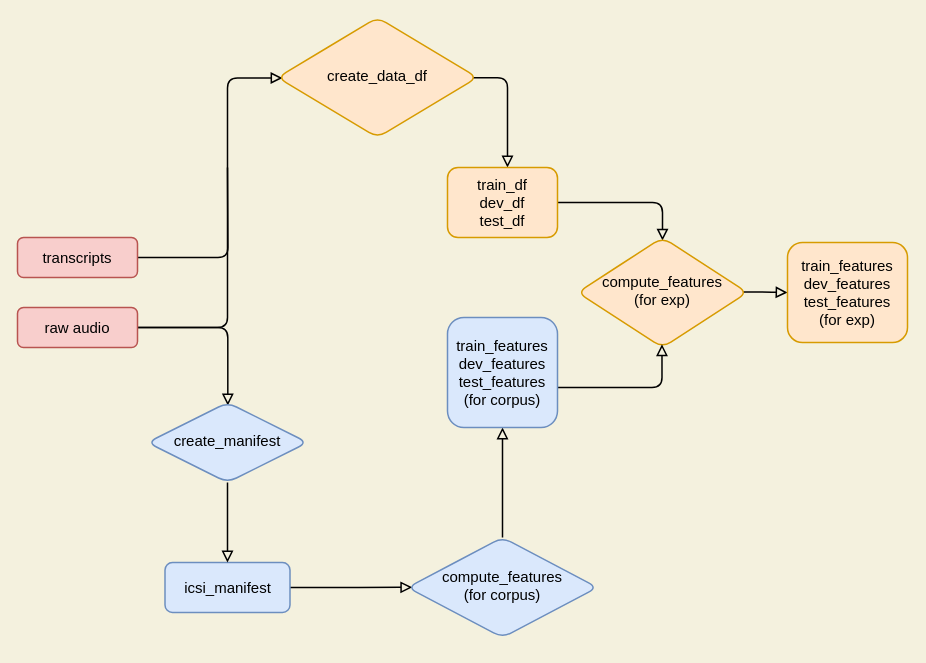
LasseWolter/honours-project-21-22 keeps this draw.io diagram as Thesis/imgs/Pipeline.drawio. Above is the earlier version. Source tidied: cells renumbered, new cells numbered last; positions are measured from the earlier drawing's top-left corner, leaving out a move shared by most shapes. Both pictures are drawn from the tidied source at 100%, with x=0, y=0 at pixel (17, 17).
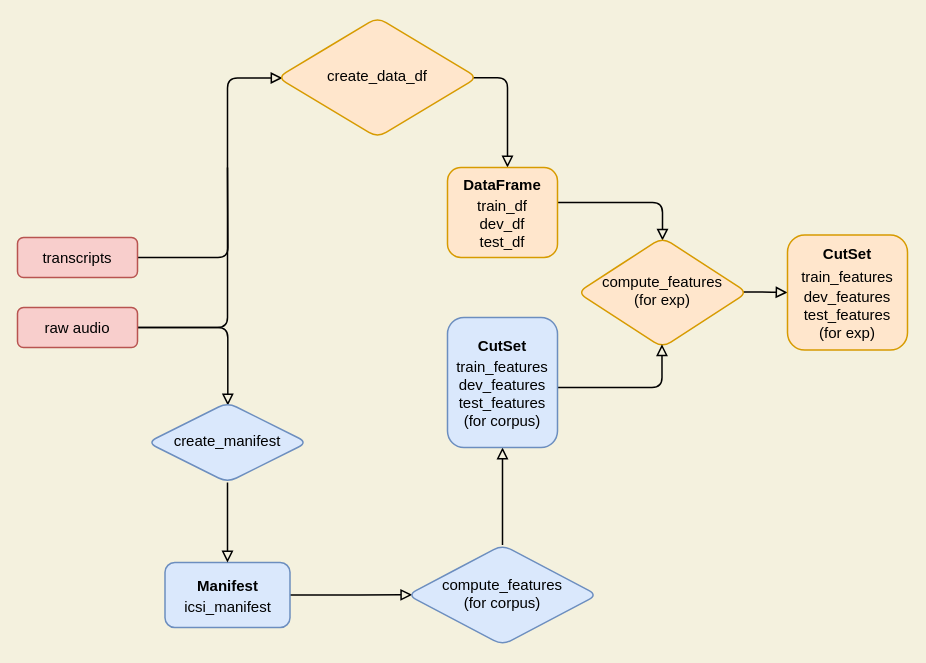
After the change.

The edit, as a diff of the source:
```diff
@@
-    <mxCell id="8" value="&lt;div style=&quot;font-size: 15px;&quot;&gt;train_df&lt;/div&gt;&lt;div style=&quot;font-size: 15px;&quot;&gt;dev_df&lt;/div&gt;&lt;div style=&quot;font-size: 15px;&quot;&gt;test_df&lt;/div&gt;" style="whiteSpace=wrap;html=1;fontSize=15;glass=0;strokeWidth=1.5;shadow=0;rounded=1;fillColor=#ffe6cc;strokeColor=#d79b00;" parent="1" vertex="1">
-      <mxGeometry x="430" y="150" width="110" height="70" as="geometry" />
+    <mxCell id="8" value="&lt;div style=&quot;font-size: 15px ; line-height: 1.5&quot;&gt;&lt;b&gt;DataFrame&lt;/b&gt;&lt;br&gt;&lt;/div&gt;&lt;div style=&quot;font-size: 15px&quot;&gt;train_df&lt;/div&gt;&lt;div style=&quot;font-size: 15px&quot;&gt;dev_df&lt;/div&gt;&lt;div style=&quot;font-size: 15px&quot;&gt;test_df&lt;/div&gt;" style="whiteSpace=wrap;html=1;fontSize=15;glass=0;strokeWidth=1.5;shadow=0;rounded=1;fillColor=#ffe6cc;strokeColor=#d79b00;" parent="1" vertex="1">
+      <mxGeometry x="430" y="150" width="110" height="90" as="geometry" />
     </mxCell>
@@
-    <mxCell id="14" value="icsi_manifest" style="whiteSpace=wrap;html=1;fontSize=15;glass=0;strokeWidth=1.5;shadow=0;rounded=1;fillColor=#dae8fc;strokeColor=#6c8ebf;" parent="1" vertex="1">
-      <mxGeometry x="147.5" y="545" width="125" height="50" as="geometry" />
+    <mxCell id="14" value="&lt;div style=&quot;line-height: 1.5&quot;&gt;&lt;b&gt;Manifest&lt;/b&gt;&lt;/div&gt;&lt;div&gt;icsi_manifest&lt;/div&gt;" style="whiteSpace=wrap;html=1;fontSize=15;glass=0;strokeWidth=1.5;shadow=0;rounded=1;fillColor=#dae8fc;strokeColor=#6c8ebf;" parent="1" vertex="1">
+      <mxGeometry x="147.5" y="545" width="125" height="65" as="geometry" />
     </mxCell>
@@
     <mxCell id="18" value="&lt;div style=&quot;font-size: 15px;&quot;&gt;compute_features&lt;/div&gt;&lt;div style=&quot;font-size: 15px;&quot;&gt;(for corpus)&lt;br style=&quot;font-size: 15px;&quot;&gt;&lt;/div&gt;" style="rhombus;whiteSpace=wrap;html=1;shadow=0;fontFamily=Helvetica;fontSize=15;align=center;strokeWidth=1.5;spacing=6;spacingTop=-4;rounded=1;fillColor=#dae8fc;strokeColor=#6c8ebf;" parent="1" vertex="1">
-      <mxGeometry x="390" y="520" width="190" height="100" as="geometry" />
+      <mxGeometry x="390" y="527.5" width="190" height="100" as="geometry" />
     </mxCell>
@@
-    <mxCell id="20" value="&lt;div style=&quot;font-size: 15px;&quot;&gt;train_features&lt;/div&gt;&lt;div style=&quot;font-size: 15px;&quot;&gt;dev_features&lt;/div&gt;&lt;div style=&quot;font-size: 15px;&quot;&gt;test_features&lt;/div&gt;&lt;div style=&quot;font-size: 15px;&quot;&gt;(for corpus)&lt;br style=&quot;font-size: 15px;&quot;&gt;&lt;/div&gt;" style="whiteSpace=wrap;html=1;fontSize=15;glass=0;strokeWidth=1.5;shadow=0;rounded=1;fillColor=#dae8fc;strokeColor=#6c8ebf;" parent="1" vertex="1">
-      <mxGeometry x="430" y="300" width="110" height="110" as="geometry" />
+    <mxCell id="20" value="&lt;div style=&quot;font-size: 15px&quot;&gt;&lt;b style=&quot;line-height: 1.5&quot;&gt;CutSet&lt;/b&gt;&lt;br&gt;&lt;/div&gt;&lt;div style=&quot;font-size: 15px&quot;&gt;train_features&lt;/div&gt;&lt;div style=&quot;font-size: 15px&quot;&gt;dev_features&lt;/div&gt;&lt;div style=&quot;font-size: 15px&quot;&gt;test_features&lt;/div&gt;&lt;div style=&quot;font-size: 15px&quot;&gt;(for corpus)&lt;br style=&quot;font-size: 15px&quot;&gt;&lt;/div&gt;" style="whiteSpace=wrap;html=1;fontSize=15;glass=0;strokeWidth=1.5;shadow=0;rounded=1;fillColor=#dae8fc;strokeColor=#6c8ebf;" parent="1" vertex="1">
+      <mxGeometry x="430" y="300" width="110" height="130" as="geometry" />
     </mxCell>
-    <mxCell id="21" value="&lt;div style=&quot;font-size: 15px;&quot;&gt;train_features&lt;/div&gt;&lt;div style=&quot;font-size: 15px;&quot;&gt;dev_features&lt;/div&gt;&lt;div style=&quot;font-size: 15px;&quot;&gt;test_features&lt;/div&gt;&lt;div style=&quot;font-size: 15px;&quot;&gt;(for exp)&lt;br style=&quot;font-size: 15px;&quot;&gt;&lt;/div&gt;" style="whiteSpace=wrap;html=1;fontSize=15;glass=0;strokeWidth=1.5;shadow=0;rounded=1;fillColor=#ffe6cc;strokeColor=#d79b00;labelBorderColor=none;" parent="1" vertex="1">
-      <mxGeometry x="770" y="225" width="120" height="100" as="geometry" />
+    <mxCell id="21" value="&lt;div style=&quot;font-size: 15px ; line-height: 1.5&quot;&gt;&lt;b&gt;CutSet&lt;/b&gt;&lt;br&gt;train_features&lt;/div&gt;&lt;div style=&quot;font-size: 15px&quot;&gt;dev_features&lt;/div&gt;&lt;div style=&quot;font-size: 15px&quot;&gt;test_features&lt;/div&gt;&lt;div style=&quot;font-size: 15px&quot;&gt;(for exp)&lt;br style=&quot;font-size: 15px&quot;&gt;&lt;/div&gt;" style="whiteSpace=wrap;html=1;fontSize=15;glass=0;strokeWidth=1.5;shadow=0;rounded=1;fillColor=#ffe6cc;strokeColor=#d79b00;labelBorderColor=none;" parent="1" vertex="1">
+      <mxGeometry x="770" y="217.5" width="120" height="115" as="geometry" />
     </mxCell>
```
